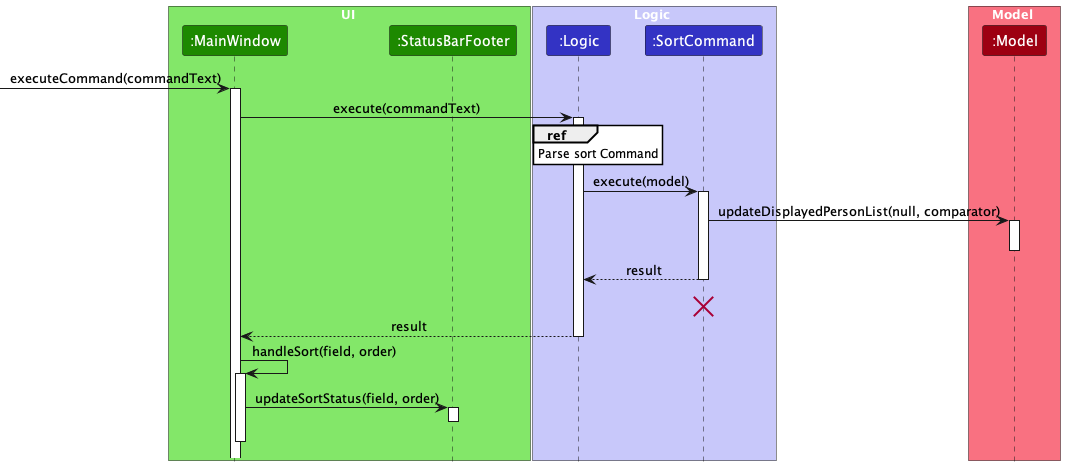
Above: docs/images/SortingSequenceDiagram.png in nus-cs2103-AY2324S1/tp (PlantUML), before the change.
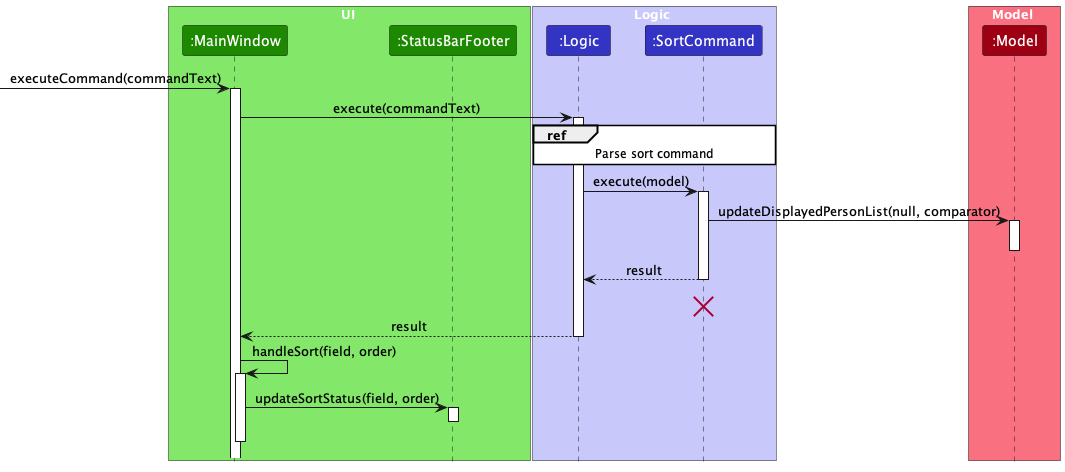
After the change.

Commit message:
Re-render fixed diagram

What changed in the source:
```diff
@@ -23,7 +23,7 @@
 MainWindow -> Logic : execute(commandText)
 activate Logic
 
-ref over Logic : Parse sort Command
+ref over Logic, Command : Parse sort command
 
 Logic -> Command : execute(model)
 activate Command
```
